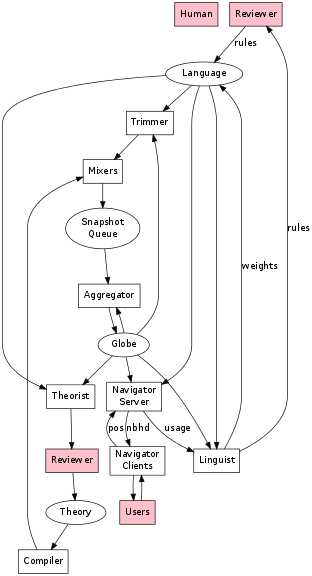
Earlier version of the Graphviz export doc/architecture.png (fritzo/pomagma). Its source is kept beside it as doc/architecture.dot. Source of this version:
```dot
digraph G {
	overlap=false;
	size="6,6";

	node [shape=box];
	Human [style=filled, fillcolor=pink];

	lang_reviewer [label="Reviewer", style=filled, fillcolor=pink];
	theory_reviewer [label="Reviewer", style=filled, fillcolor=pink];
	db_queue [label="Snapshot\nQueue"];

	Globe -> Trimmer;
	Language -> Trimmer;
	Trimmer -> Mixers -> db_queue -> Aggregator -> Globe;
	Globe -> Aggregator;

	Globe -> Theorist;
	Language ->  Theorist;
	Theorist -> theory_reviewer -> Theory -> Compiler -> Mixers;

	Globe -> Linguist;
	Language -> Linguist;
	Linguist -> Language [label="weights"];
	Linguist -> lang_reviewer -> Language [label="rules"];

	subgraph navigator {
		node [shape=box];
		Users [style=filled, fillcolor=pink];
		nav_server [label="Navigator\nServer"];
		nav_clients [label="Navigator\nClients"];
		nav_server -> nav_clients [label="nbhd"];
		nav_clients -> nav_server [label="pos"];
		nav_clients -> Users;
		Users -> nav_clients;
	}
	Globe -> nav_server;
	Language -> nav_server;
	nav_server -> Linguist [label="usage"];

	db_queue [shape=ellipse];
	Language [shape=ellipse];
	Theory [shape=ellipse];
	Globe [shape=ellipse];
}
```
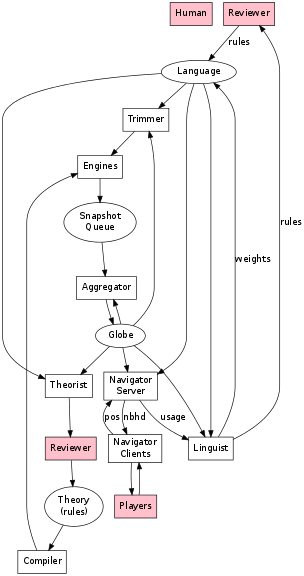
After the change.

Change to the diagram source:
```diff
@@ -8,15 +8,16 @@
 	lang_reviewer [label="Reviewer", style=filled, fillcolor=pink];
 	theory_reviewer [label="Reviewer", style=filled, fillcolor=pink];
 	db_queue [label="Snapshot\nQueue"];
+	Theory [label="Theory\n(rules)"]
 
 	Globe -> Trimmer;
 	Language -> Trimmer;
-	Trimmer -> Mixers -> db_queue -> Aggregator -> Globe;
+	Trimmer -> Engines -> db_queue -> Aggregator -> Globe;
 	Globe -> Aggregator;
 
 	Globe -> Theorist;
 	Language ->  Theorist;
-	Theorist -> theory_reviewer -> Theory -> Compiler -> Mixers;
+	Theorist -> theory_reviewer -> Theory -> Compiler -> Engines;
 
 	Globe -> Linguist;
 	Language -> Linguist;
@@ -25,13 +26,13 @@
 
 	subgraph navigator {
 		node [shape=box];
-		Users [style=filled, fillcolor=pink];
+		Players [style=filled, fillcolor=pink];
 		nav_server [label="Navigator\nServer"];
 		nav_clients [label="Navigator\nClients"];
 		nav_server -> nav_clients [label="nbhd"];
 		nav_clients -> nav_server [label="pos"];
-		nav_clients -> Users;
-		Users -> nav_clients;
+		nav_clients -> Players;
+		Players -> nav_clients;
 	}
 	Globe -> nav_server;
 	Language -> nav_server;
```
